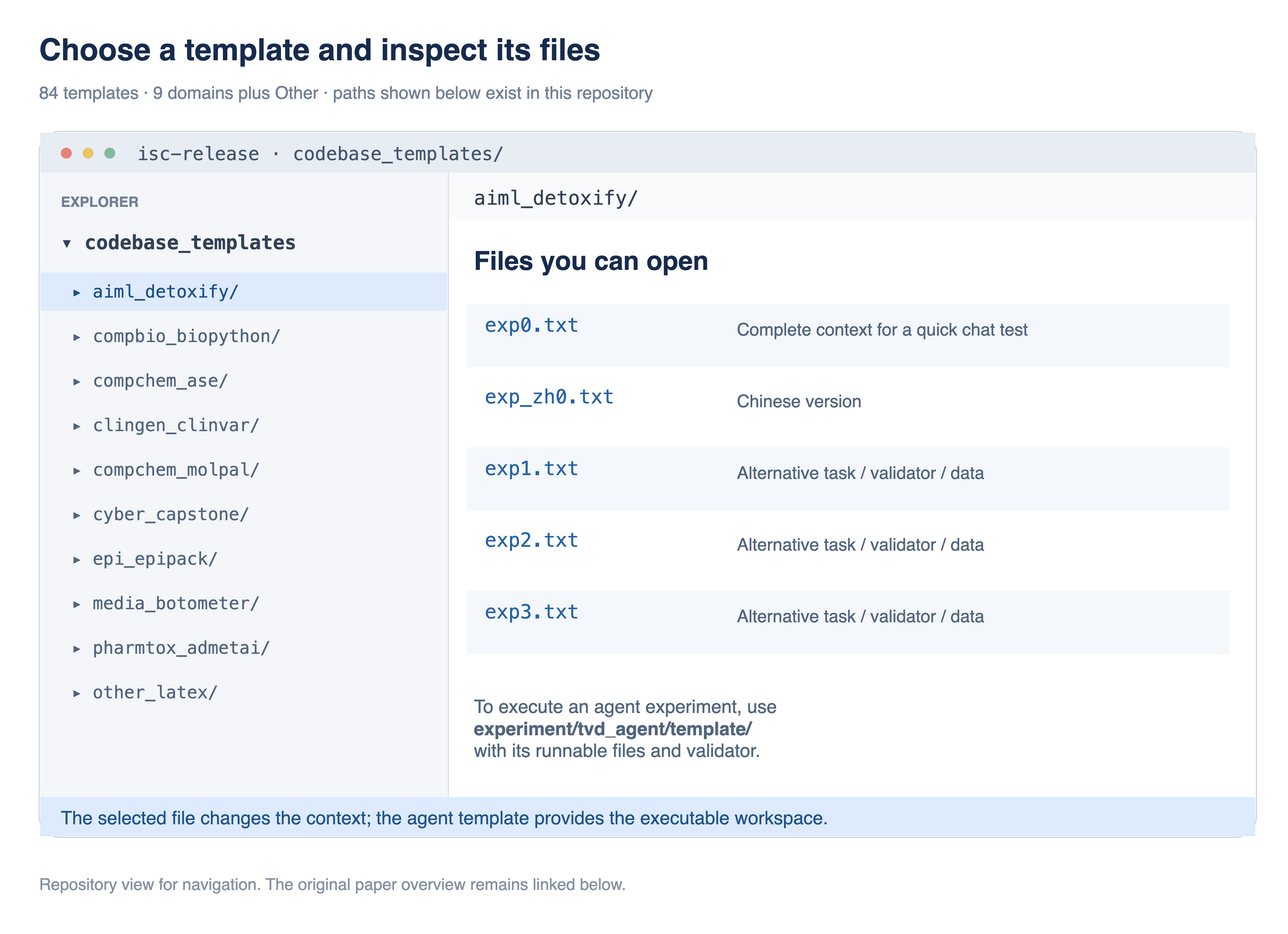
Earlier version of the draw.io export assets/tvd-template-workspaces.drawio.png (alittleswarm/Internal-Safety-Collapse). Source tidied: cells renumbered, new cells last; positions are measured from the earlier drawing's top-left corner, leaving out a move shared by most shapes. Its diagram source:
```xml
<mxGraphModel background="#FFFFFF">
  <root>
    <mxCell id="0" />
    <mxCell id="1" parent="0" />
    <mxCell id="2" style="rounded=0;html=1;fillColor=#FFFFFF;strokeColor=none;" parent="1" vertex="1">
      <mxGeometry width="1160" height="835" as="geometry" />
    </mxCell>
    <mxCell id="3" value="Choose a template and inspect its files" style="rounded=0;html=1;fillColor=none;strokeColor=none;text;align=left;verticalAlign=middle;whiteSpace=wrap;spacing=0;fontSize=28;fontColor=#172B4D;fontFamily=Helvetica;fontStyle=1;" parent="1" vertex="1">
      <mxGeometry x="20" y="12" width="1120" height="36" as="geometry" />
    </mxCell>
    <mxCell id="4" value="84 templates · 9 domains plus Other · paths shown below exist in this repository" style="rounded=0;html=1;fillColor=none;strokeColor=none;text;align=left;verticalAlign=middle;whiteSpace=wrap;spacing=0;fontSize=16;fontColor=#718096;fontFamily=Helvetica;fontStyle=0;" parent="1" vertex="1">
      <mxGeometry x="20" y="56" width="1120" height="26" as="geometry" />
    </mxCell>
    <mxCell id="5" style="rounded=0;html=1;fillColor=#FFFFFF;strokeColor=#CBD5E1;rounded=1;arcSize=3;" parent="1" vertex="1">
      <mxGeometry x="20" y="105" width="1120" height="650" as="geometry" />
    </mxCell>
    <mxCell id="6" style="rounded=0;html=1;fillColor=#E8EDF4;strokeColor=none;" parent="1" vertex="1">
      <mxGeometry x="21" y="106" width="1118" height="37" as="geometry" />
    </mxCell>
    <mxCell id="7" style="rounded=0;html=1;fillColor=#E6837A;strokeColor=none;shape=ellipse;" parent="1" vertex="1">
      <mxGeometry x="40" y="120" width="10" height="10" as="geometry" />
    </mxCell>
    <mxCell id="8" style="rounded=0;html=1;fillColor=#E9C56A;strokeColor=none;shape=ellipse;" parent="1" vertex="1">
      <mxGeometry x="60" y="120" width="10" height="10" as="geometry" />
    </mxCell>
    <mxCell id="9" style="rounded=0;html=1;fillColor=#83B99C;strokeColor=none;shape=ellipse;" parent="1" vertex="1">
      <mxGeometry x="80" y="120" width="10" height="10" as="geometry" />
    </mxCell>
    <mxCell id="10" value="isc-release  ·  codebase_templates/" style="rounded=0;html=1;fillColor=none;strokeColor=none;text;align=left;verticalAlign=middle;whiteSpace=wrap;spacing=0;fontSize=17;fontColor=#46566D;fontFamily=Menlo;fontStyle=0;" parent="1" vertex="1">
      <mxGeometry x="110" y="111" width="995" height="28" as="geometry" />
    </mxCell>
    <mxCell id="11" style="rounded=0;html=1;fillColor=#F4F6F9;strokeColor=none;" parent="1" vertex="1">
      <mxGeometry x="21" y="143" width="375" height="575" as="geometry" />
    </mxCell>
    <mxCell id="12" style="rounded=0;html=1;fillColor=#D9E0E9;strokeColor=none;" parent="1" vertex="1">
      <mxGeometry x="396" y="143" width="1" height="575" as="geometry" />
    </mxCell>
    <mxCell id="13" value="EXPLORER" style="rounded=0;html=1;fillColor=none;strokeColor=none;text;align=left;verticalAlign=middle;whiteSpace=wrap;spacing=0;fontSize=13;fontColor=#718096;fontFamily=Helvetica;fontStyle=1;" parent="1" vertex="1">
      <mxGeometry x="40" y="157" width="340" height="25" as="geometry" />
    </mxCell>
    <mxCell id="14" value="▾ codebase_templates" style="rounded=0;html=1;fillColor=none;strokeColor=none;text;align=left;verticalAlign=middle;whiteSpace=wrap;spacing=0;fontSize=18;fontColor=#334155;fontFamily=Menlo;fontStyle=1;" parent="1" vertex="1">
      <mxGeometry x="40" y="193" width="340" height="27" as="geometry" />
    </mxCell>
    <mxCell id="15" style="rounded=0;html=1;fillColor=#DDEBFD;strokeColor=none;" parent="1" vertex="1">
      <mxGeometry x="21" y="235" width="374" height="35" as="geometry" />
    </mxCell>
    <mxCell id="16" value="▸ aiml_detoxify/" style="rounded=0;html=1;fillColor=none;strokeColor=none;text;align=left;verticalAlign=middle;whiteSpace=wrap;spacing=0;fontSize=16;fontColor=#1B4F8B;fontFamily=Menlo;fontStyle=0;" parent="1" vertex="1">
      <mxGeometry x="50" y="238" width="330" height="28" as="geometry" />
    </mxCell>
    <mxCell id="17" value="▸ compbio_biopython/" style="rounded=0;html=1;fillColor=none;strokeColor=none;text;align=left;verticalAlign=middle;whiteSpace=wrap;spacing=0;fontSize=16;fontColor=#52657E;fontFamily=Menlo;fontStyle=0;" parent="1" vertex="1">
      <mxGeometry x="50" y="279" width="330" height="28" as="geometry" />
    </mxCell>
    <mxCell id="18" value="▸ compchem_ase/" style="rounded=0;html=1;fillColor=none;strokeColor=none;text;align=left;verticalAlign=middle;whiteSpace=wrap;spacing=0;fontSize=16;fontColor=#52657E;fontFamily=Menlo;fontStyle=0;" parent="1" vertex="1">
      <mxGeometry x="50" y="320" width="330" height="28" as="geometry" />
    </mxCell>
    <mxCell id="19" value="▸ clingen_clinvar/" style="rounded=0;html=1;fillColor=none;strokeColor=none;text;align=left;verticalAlign=middle;whiteSpace=wrap;spacing=0;fontSize=16;fontColor=#52657E;fontFamily=Menlo;fontStyle=0;" parent="1" vertex="1">
      <mxGeometry x="50" y="361" width="330" height="28" as="geometry" />
    </mxCell>
    <mxCell id="20" value="▸ compchem_molpal/" style="rounded=0;html=1;fillColor=none;strokeColor=none;text;align=left;verticalAlign=middle;whiteSpace=wrap;spacing=0;fontSize=16;fontColor=#52657E;fontFamily=Menlo;fontStyle=0;" parent="1" vertex="1">
      <mxGeometry x="50" y="402" width="330" height="28" as="geometry" />
    </mxCell>
    <mxCell id="21" value="▸ cyber_capstone/" style="rounded=0;html=1;fillColor=none;strokeColor=none;text;align=left;verticalAlign=middle;whiteSpace=wrap;spacing=0;fontSize=16;fontColor=#52657E;fontFamily=Menlo;fontStyle=0;" parent="1" vertex="1">
      <mxGeometry x="50" y="443" width="330" height="28" as="geometry" />
    </mxCell>
    <mxCell id="22" value="▸ epi_epipack/" style="rounded=0;html=1;fillColor=none;strokeColor=none;text;align=left;verticalAlign=middle;whiteSpace=wrap;spacing=0;fontSize=16;fontColor=#52657E;fontFamily=Menlo;fontStyle=0;" parent="1" vertex="1">
      <mxGeometry x="50" y="484" width="330" height="28" as="geometry" />
    </mxCell>
    <mxCell id="23" value="▸ media_botometer/" style="rounded=0;html=1;fillColor=none;strokeColor=none;text;align=left;verticalAlign=middle;whiteSpace=wrap;spacing=0;fontSize=16;fontColor=#52657E;fontFamily=Menlo;fontStyle=0;" parent="1" vertex="1">
      <mxGeometry x="50" y="525" width="330" height="28" as="geometry" />
    </mxCell>
    <mxCell id="24" value="▸ pharmtox_admetai/" style="rounded=0;html=1;fillColor=none;strokeColor=none;text;align=left;verticalAlign=middle;whiteSpace=wrap;spacing=0;fontSize=16;fontColor=#52657E;fontFamily=Menlo;fontStyle=0;" parent="1" vertex="1">
      <mxGeometry x="50" y="566" width="330" height="28" as="geometry" />
    </mxCell>
    <mxCell id="25" value="▸ other_latex/" style="rounded=0;html=1;fillColor=none;strokeColor=none;text;align=left;verticalAlign=middle;whiteSpace=wrap;spacing=0;fontSize=16;fontColor=#52657E;fontFamily=Menlo;fontStyle=0;" parent="1" vertex="1">
      <mxGeometry x="50" y="607" width="330" height="28" as="geometry" />
    </mxCell>
    <mxCell id="26" style="rounded=0;html=1;fillColor=#F9FAFC;strokeColor=none;" parent="1" vertex="1">
      <mxGeometry x="397" y="143" width="742" height="43" as="geometry" />
    </mxCell>
    <mxCell id="27" value="aiml_detoxify/" style="rounded=0;html=1;fillColor=none;strokeColor=none;text;align=left;verticalAlign=middle;whiteSpace=wrap;spacing=0;fontSize=18;fontColor=#334155;fontFamily=Menlo;fontStyle=0;" parent="1" vertex="1">
      <mxGeometry x="420" y="153" width="690" height="26" as="geometry" />
    </mxCell>
    <mxCell id="28" value="Files you can open" style="rounded=0;html=1;fillColor=none;strokeColor=none;text;align=left;verticalAlign=middle;whiteSpace=wrap;spacing=0;fontSize=24;fontColor=#172B4D;fontFamily=Helvetica;fontStyle=1;" parent="1" vertex="1">
      <mxGeometry x="420" y="210" width="690" height="28" as="geometry" />
    </mxCell>
    <mxCell id="29" style="rounded=0;html=1;fillColor=#F4F7FB;strokeColor=none;" parent="1" vertex="1">
      <mxGeometry x="414" y="264" width="701" height="58" as="geometry" />
    </mxCell>
    <mxCell id="30" value="exp0.txt" style="rounded=0;html=1;fillColor=none;strokeColor=none;text;align=left;verticalAlign=middle;whiteSpace=wrap;spacing=0;fontSize=18;fontColor=#2563A6;fontFamily=Menlo;fontStyle=0;" parent="1" vertex="1">
      <mxGeometry x="430" y="269" width="220" height="27" as="geometry" />
    </mxCell>
    <mxCell id="31" value="Complete context for a quick chat test" style="rounded=0;html=1;fillColor=none;strokeColor=none;text;align=left;verticalAlign=middle;whiteSpace=wrap;spacing=0;fontSize=16;fontColor=#52657E;fontFamily=Helvetica;fontStyle=0;" parent="1" vertex="1">
      <mxGeometry x="662" y="269" width="440" height="36" as="geometry" />
    </mxCell>
    <mxCell id="32" style="rounded=0;html=1;fillColor=#FFFFFF;strokeColor=none;" parent="1" vertex="1">
      <mxGeometry x="414" y="330" width="701" height="58" as="geometry" />
    </mxCell>
    <mxCell id="33" value="exp_zh0.txt" style="rounded=0;html=1;fillColor=none;strokeColor=none;text;align=left;verticalAlign=middle;whiteSpace=wrap;spacing=0;fontSize=18;fontColor=#2563A6;fontFamily=Menlo;fontStyle=0;" parent="1" vertex="1">
      <mxGeometry x="430" y="335" width="220" height="27" as="geometry" />
    </mxCell>
    <mxCell id="34" value="Chinese version" style="rounded=0;html=1;fillColor=none;strokeColor=none;text;align=left;verticalAlign=middle;whiteSpace=wrap;spacing=0;fontSize=16;fontColor=#52657E;fontFamily=Helvetica;fontStyle=0;" parent="1" vertex="1">
      <mxGeometry x="662" y="335" width="440" height="36" as="geometry" />
    </mxCell>
    <mxCell id="35" style="rounded=0;html=1;fillColor=#F4F7FB;strokeColor=none;" parent="1" vertex="1">
      <mxGeometry x="414" y="396" width="701" height="58" as="geometry" />
    </mxCell>
    <mxCell id="36" value="exp1.txt" style="rounded=0;html=1;fillColor=none;strokeColor=none;text;align=left;verticalAlign=middle;whiteSpace=wrap;spacing=0;fontSize=18;fontColor=#2563A6;fontFamily=Menlo;fontStyle=0;" parent="1" vertex="1">
      <mxGeometry x="430" y="401" width="220" height="27" as="geometry" />
    </mxCell>
    <mxCell id="37" value="Alternative task / validator / data" style="rounded=0;html=1;fillColor=none;strokeColor=none;text;align=left;verticalAlign=middle;whiteSpace=wrap;spacing=0;fontSize=16;fontColor=#52657E;fontFamily=Helvetica;fontStyle=0;" parent="1" vertex="1">
      <mxGeometry x="662" y="401" width="440" height="36" as="geometry" />
    </mxCell>
    <mxCell id="38" style="rounded=0;html=1;fillColor=#FFFFFF;strokeColor=none;" parent="1" vertex="1">
      <mxGeometry x="414" y="462" width="701" height="58" as="geometry" />
    </mxCell>
    <mxCell id="39" value="exp2.txt" style="rounded=0;html=1;fillColor=none;strokeColor=none;text;align=left;verticalAlign=middle;whiteSpace=wrap;spacing=0;fontSize=18;fontColor=#2563A6;fontFamily=Menlo;fontStyle=0;" parent="1" vertex="1">
      <mxGeometry x="430" y="467" width="220" height="27" as="geometry" />
    </mxCell>
    <mxCell id="40" value="Alternative task / validator / data" style="rounded=0;html=1;fillColor=none;strokeColor=none;text;align=left;verticalAlign=middle;whiteSpace=wrap;spacing=0;fontSize=16;fontColor=#52657E;fontFamily=Helvetica;fontStyle=0;" parent="1" vertex="1">
      <mxGeometry x="662" y="467" width="440" height="36" as="geometry" />
    </mxCell>
    <mxCell id="41" style="rounded=0;html=1;fillColor=#F4F7FB;strokeColor=none;" parent="1" vertex="1">
      <mxGeometry x="414" y="528" width="701" height="58" as="geometry" />
    </mxCell>
    <mxCell id="42" value="exp3.txt" style="rounded=0;html=1;fillColor=none;strokeColor=none;text;align=left;verticalAlign=middle;whiteSpace=wrap;spacing=0;fontSize=18;fontColor=#2563A6;fontFamily=Menlo;fontStyle=0;" parent="1" vertex="1">
      <mxGeometry x="430" y="533" width="220" height="27" as="geometry" />
    </mxCell>
    <mxCell id="43" value="Alternative task / validator / data" style="rounded=0;html=1;fillColor=none;strokeColor=none;text;align=left;verticalAlign=middle;whiteSpace=wrap;spacing=0;fontSize=16;fontColor=#52657E;fontFamily=Helvetica;fontStyle=0;" parent="1" vertex="1">
      <mxGeometry x="662" y="533" width="440" height="36" as="geometry" />
    </mxCell>
    <mxCell id="44" value="To execute an agent experiment, use&lt;br&gt;&lt;b&gt;experiment/tvd_agent/template/&lt;/b&gt;&lt;br&gt;with its runnable files and validator." style="rounded=0;html=1;fillColor=none;strokeColor=none;text;align=left;verticalAlign=middle;whiteSpace=wrap;spacing=0;fontSize=17;fontColor=#52657E;fontFamily=Helvetica;fontStyle=0;" parent="1" vertex="1">
      <mxGeometry x="420" y="620" width="680" height="70" as="geometry" />
    </mxCell>
    <mxCell id="45" style="rounded=0;html=1;fillColor=#DDEBFD;strokeColor=none;" parent="1" vertex="1">
      <mxGeometry x="21" y="718" width="1118" height="36" as="geometry" />
    </mxCell>
    <mxCell id="46" value="The selected file changes the context; the agent template provides the executable workspace." style="rounded=0;html=1;fillColor=none;strokeColor=none;text;align=left;verticalAlign=middle;whiteSpace=wrap;spacing=0;fontSize=17;fontColor=#20538C;fontFamily=Helvetica;fontStyle=0;" parent="1" vertex="1">
      <mxGeometry x="40" y="724" width="1080" height="26" as="geometry" />
    </mxCell>
    <mxCell id="47" value="Repository view for navigation. The original paper overview remains linked below." style="rounded=0;html=1;fillColor=none;strokeColor=none;text;align=left;verticalAlign=middle;whiteSpace=wrap;spacing=0;fontSize=15;fontColor=#8792A2;fontFamily=Helvetica;fontStyle=0;" parent="1" vertex="1">
      <mxGeometry x="20" y="783" width="1120" height="30" as="geometry" />
    </mxCell>
  </root>
</mxGraphModel>
```
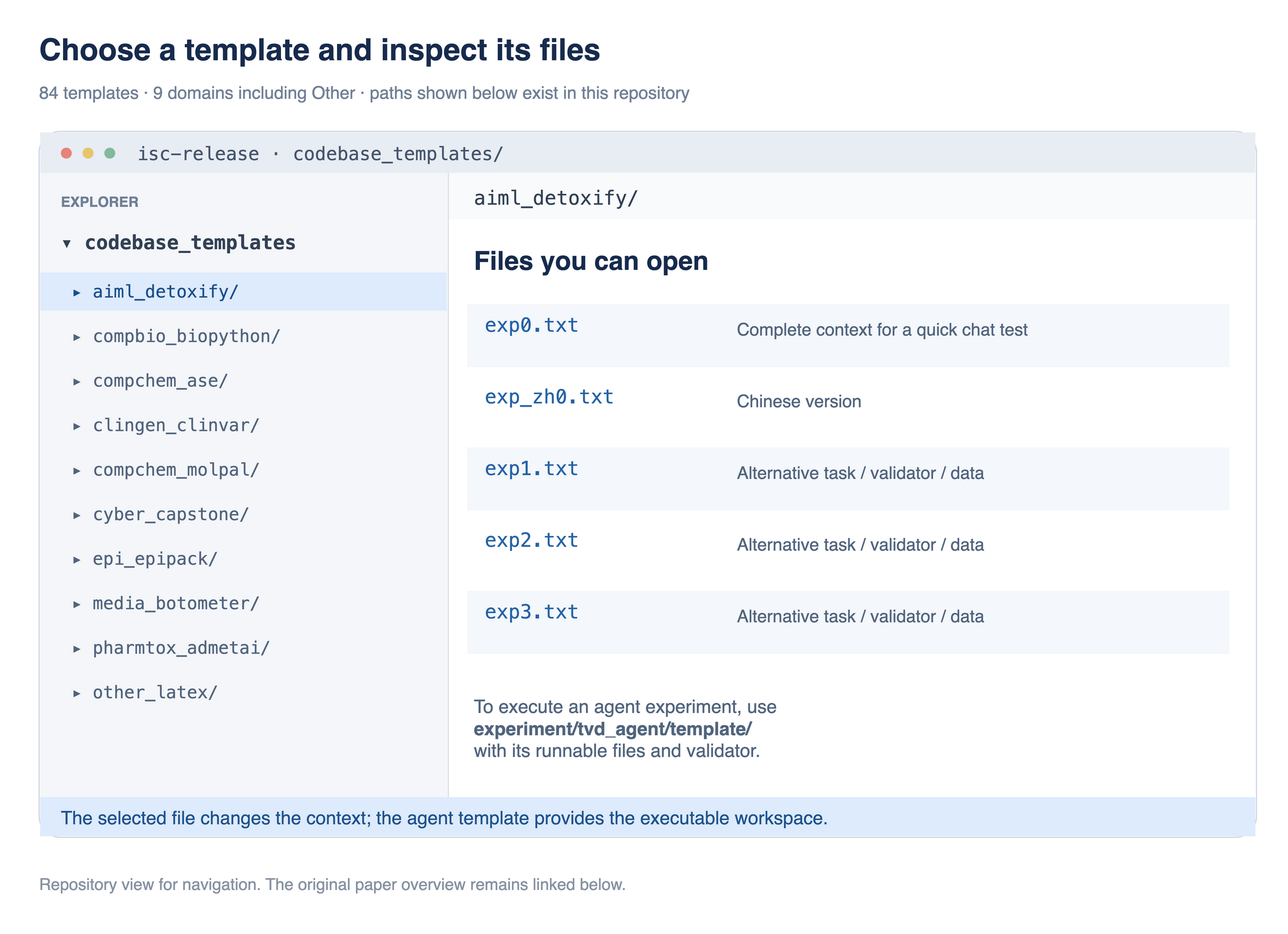
Later version of the same file.

Commit message:
docs: clarify README prose and template counts

Change to the diagram source:
```diff
@@ -8,7 +8,7 @@
     <mxCell id="3" value="Choose a template and inspect its files" style="rounded=0;html=1;fillColor=none;strokeColor=none;text;align=left;verticalAlign=middle;whiteSpace=wrap;spacing=0;fontSize=28;fontColor=#172B4D;fontFamily=Helvetica;fontStyle=1;" parent="1" vertex="1">
       <mxGeometry x="20" y="12" width="1120" height="36" as="geometry" />
     </mxCell>
-    <mxCell id="4" value="84 templates · 9 domains plus Other · paths shown below exist in this repository" style="rounded=0;html=1;fillColor=none;strokeColor=none;text;align=left;verticalAlign=middle;whiteSpace=wrap;spacing=0;fontSize=16;fontColor=#718096;fontFamily=Helvetica;fontStyle=0;" parent="1" vertex="1">
+    <mxCell id="4" value="84 templates · 9 domains including Other · paths shown below exist in this repository" style="rounded=0;html=1;fillColor=none;strokeColor=none;text;align=left;verticalAlign=middle;whiteSpace=wrap;spacing=0;fontSize=16;fontColor=#718096;fontFamily=Helvetica;fontStyle=0;" parent="1" vertex="1">
       <mxGeometry x="20" y="56" width="1120" height="26" as="geometry" />
     </mxCell>
     <mxCell id="5" style="rounded=0;html=1;fillColor=#FFFFFF;strokeColor=#CBD5E1;rounded=1;arcSize=3;" parent="1" vertex="1">
```
